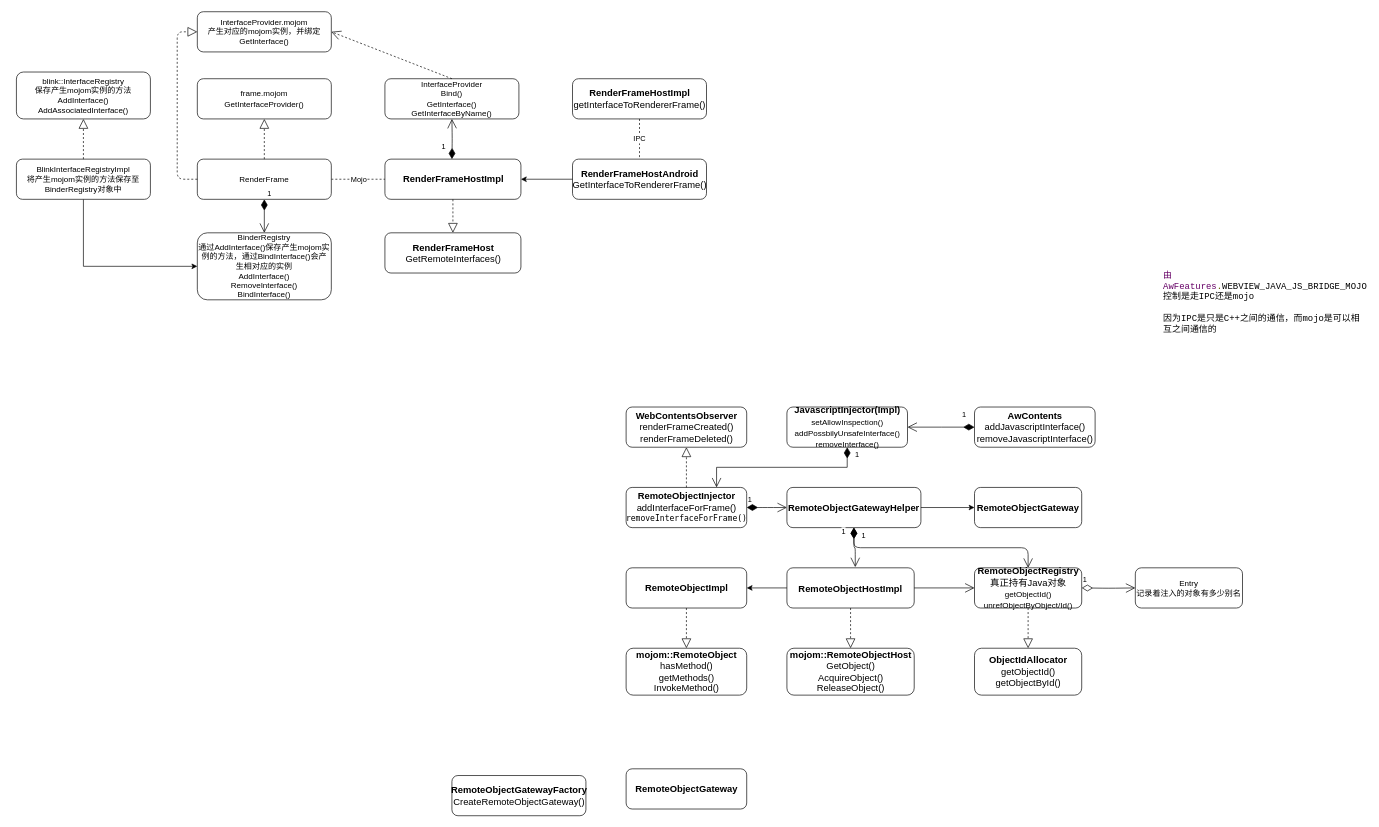
Before: page "第 1 页" (1 of 17) of chromium/AddJavascriptInterface.drawio in YuWeiCong/draw.io, a draw.io diagram. Source tidied: cells renumbered, new cells numbered last; positions are measured from the earlier drawing's top-left corner, leaving out a move shared by most shapes. Both pictures are drawn from the tidied source at 67%, with x=0, y=0 at pixel (16, 11).
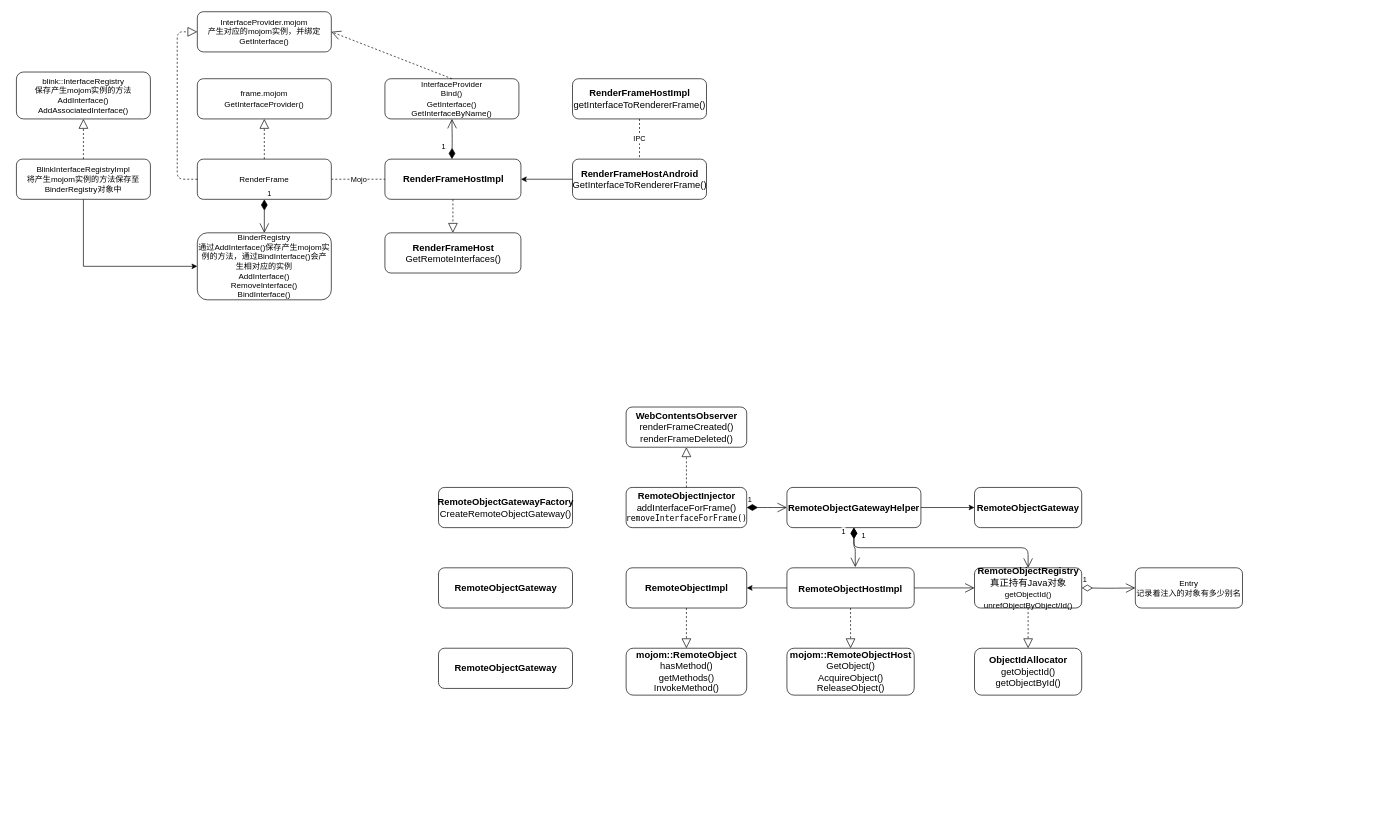
Above is the later version.

Unchanged cells that the change refers to:
```xml
<mxCell id="8" value="RemoteObjectInjector&lt;br&gt;&lt;span style=&quot;font-weight: normal&quot;&gt;addInterfaceForFrame()&lt;/span&gt;&lt;br&gt;&lt;div&gt;&lt;div style=&quot;font-family: &amp;#34;menlo&amp;#34; , &amp;#34;monaco&amp;#34; , &amp;#34;courier new&amp;#34; , monospace ; font-weight: normal ; font-size: 12px ; line-height: 18px&quot;&gt;removeInterfaceForFrame()&lt;/div&gt;&lt;/div&gt;" style="rounded=1;sketch=0;strokeWidth=1;fillColor=none;fontSize=14;labelBackgroundColor=none;fontStyle=1;html=1;" parent="1" vertex="1">
  <mxGeometry x="910" y="710" width="180" height="60" as="geometry" />
</mxCell>
```

Change to the diagram source:
```diff
@@
     <mxCell id="49" value="RemoteObjectGatewayFactory&lt;br&gt;&lt;span style=&quot;font-weight: normal&quot;&gt;CreateRemoteObjectGateway()&lt;/span&gt;" style="rounded=1;sketch=0;strokeWidth=1;fillColor=none;fontSize=14;labelBackgroundColor=none;fontStyle=1;html=1;" parent="1" vertex="1">
-      <mxGeometry x="650" y="1140" width="200" height="60" as="geometry" />
+      <mxGeometry x="630" y="710" width="200" height="60" as="geometry" />
     </mxCell>
     <mxCell id="50" value="RemoteObjectGateway" style="rounded=1;sketch=0;strokeWidth=1;fillColor=none;fontSize=14;labelBackgroundColor=none;fontStyle=1;html=1;" parent="1" vertex="1">
-      <mxGeometry x="910" y="1130" width="180" height="60" as="geometry" />
+      <mxGeometry x="630" y="830" width="200" height="60" as="geometry" />
     </mxCell>
-    <mxCell id="51" value="&lt;span class=&quot;typ&quot; style=&quot;box-sizing: border-box ; margin: 0px ; padding: 0px ; color: rgb(102 , 0 , 102) ; font-family: &amp;#34;source code pro&amp;#34; , monospace ; font-size: 13.3333px ; font-style: normal ; font-weight: 400 ; letter-spacing: normal ; text-indent: 0px ; text-transform: none ; word-spacing: 0px ; background-color: rgb(255 , 255 , 255)&quot;&gt;由AwFeatures&lt;/span&gt;&lt;span class=&quot;pun&quot; style=&quot;box-sizing: border-box ; margin: 0px ; padding: 0px ; color: rgb(102 , 102 , 0) ; font-family: &amp;#34;source code pro&amp;#34; , monospace ; font-size: 13.3333px ; font-style: normal ; font-weight: 400 ; letter-spacing: normal ; text-indent: 0px ; text-transform: none ; word-spacing: 0px ; background-color: rgb(255 , 255 , 255)&quot;&gt;.&lt;/span&gt;&lt;span class=&quot;pln&quot; style=&quot;box-sizing: border-box ; margin: 0px ; padding: 0px ; color: rgb(0 , 0 , 0) ; font-family: &amp;#34;source code pro&amp;#34; , monospace ; font-size: 13.3333px ; font-style: normal ; font-weight: 400 ; letter-spacing: normal ; text-indent: 0px ; text-transform: none ; word-spacing: 0px ; background-color: rgb(255 , 255 , 255)&quot;&gt;WEBVIEW_JAVA_JS_BRIDGE_MOJO控制是走IPC还是mojo&lt;br&gt;&lt;br&gt;因为IPC是只是C++之间的通信，而mojo是可以相互之间通信的&lt;br&gt;&lt;/span&gt;" style="text;whiteSpace=wrap;html=1;" parent="1" vertex="1">
-      <mxGeometry x="1710" y="380" width="290" height="30" as="geometry" />
-    </mxCell>
-    <mxCell id="52" value="&lt;font style=&quot;font-weight: 400&quot;&gt;&lt;b&gt;JavascriptInjector(Impl)&lt;/b&gt;&lt;/font&gt;&lt;br style=&quot;font-size: 12px ; font-weight: 400&quot;&gt;&lt;span style=&quot;font-size: 12px ; font-weight: 400&quot;&gt;setAllowInspection()&lt;/span&gt;&lt;br style=&quot;font-size: 12px ; font-weight: 400&quot;&gt;&lt;span style=&quot;font-size: 12px ; font-weight: 400&quot;&gt;addPossbilyUnsafeInterface()&lt;/span&gt;&lt;br style=&quot;font-size: 12px ; font-weight: 400&quot;&gt;&lt;span style=&quot;font-size: 12px ; font-weight: 400&quot;&gt;removeInterface()&lt;/span&gt;" style="rounded=1;sketch=0;strokeWidth=1;fillColor=none;fontSize=14;fontColor=#000000;fontStyle=1;html=1;" parent="1" vertex="1">
-      <mxGeometry x="1150" y="590" width="180" height="60" as="geometry" />
-    </mxCell>
-    <mxCell id="53" value="AwContents&lt;br&gt;&lt;span style=&quot;font-weight: normal&quot;&gt;addJavascriptInterface()&lt;br&gt;removeJavascriptInterface()&lt;br&gt;&lt;/span&gt;" style="rounded=1;sketch=0;strokeWidth=1;fillColor=none;fontSize=14;fontColor=#000000;fontStyle=1;html=1;" parent="1" vertex="1">
-      <mxGeometry x="1430" y="590" width="180" height="60" as="geometry" />
-    </mxCell>
-    <mxCell id="54" value="1" style="endArrow=open;html=1;endSize=12;startArrow=diamondThin;startSize=14;startFill=1;edgeStyle=orthogonalEdgeStyle;align=left;verticalAlign=bottom;rounded=0;exitX=0;exitY=0.5;exitDx=0;exitDy=0;" parent="1" edge="1" source="53">
-      <mxGeometry x="-0.6" y="-10" relative="1" as="geometry">
-        <mxPoint x="1330" y="620" as="targetPoint" />
-      </mxGeometry>
-    </mxCell>
-    <mxCell id="55" value="1" style="endArrow=open;html=1;endSize=12;startArrow=diamondThin;startSize=14;startFill=1;edgeStyle=orthogonalEdgeStyle;align=left;verticalAlign=bottom;rounded=0;exitX=0.5;exitY=1;exitDx=0;exitDy=0;entryX=0.75;entryY=0;entryDx=0;entryDy=0;" parent="1" edge="1" source="52" target="8">
-      <mxGeometry x="-0.84" y="10" relative="1" as="geometry" />
-    </mxCell>
+    <mxCell id="56" value="RemoteObjectGateway" style="rounded=1;sketch=0;strokeWidth=1;fillColor=none;fontSize=14;labelBackgroundColor=none;fontStyle=1;html=1;" parent="1" vertex="1">
+      <mxGeometry x="630" y="950" width="200" height="60" as="geometry" />
+    </mxCell>
```
